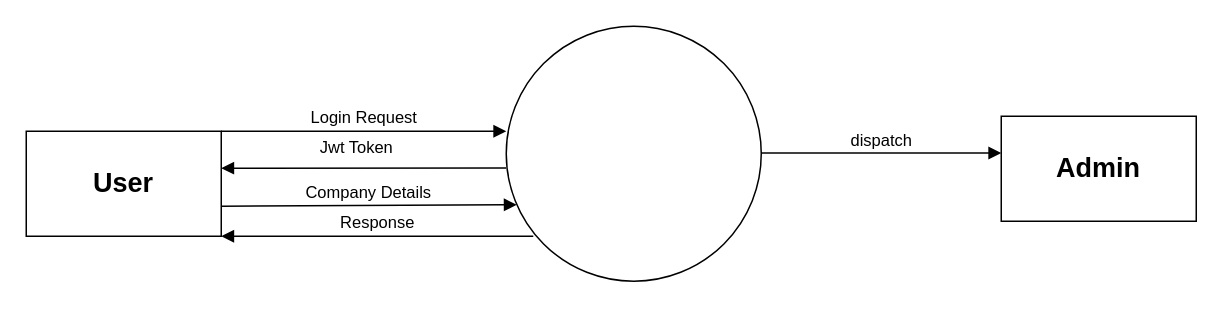
Earlier version of the draw.io diagram placement_dfd.drawio (shalulaha/Minor_Project). Source tidied: cells renumbered, new cells numbered last; positions are measured from the earlier drawing's top-left corner, leaving out a move shared by most shapes. Both pictures are drawn from the tidied source at 150%, with x=0, y=0 at pixel (26, 26).
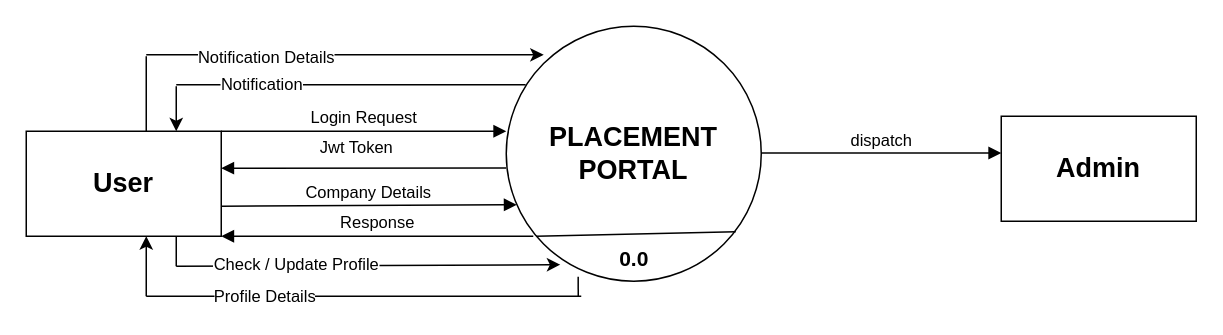
The same diagram, later.

Change to the diagram source:
```diff
@@
-    <mxCell id="2" style="ellipse;whiteSpace=wrap;html=1;" parent="1" vertex="1">
+    <mxCell id="2" value="&lt;b&gt;&lt;font style=&quot;font-size: 18px;&quot;&gt;PLACEMENT PORTAL&lt;/font&gt;&lt;/b&gt;" style="ellipse;whiteSpace=wrap;html=1;" parent="1" vertex="1">
       <mxGeometry x="320" width="170" height="170" as="geometry" />
     </mxCell>
@@
+    <mxCell id="10" style="endArrow=none;html=1;rounded=0;entryX=0.076;entryY=0.229;entryDx=0;entryDy=0;entryPerimeter=0;" parent="1" edge="1" target="2">
+      <mxGeometry relative="1" as="geometry">
+        <mxPoint x="100" y="39" as="sourcePoint" />
+      </mxGeometry>
+    </mxCell>
+    <mxCell id="11" value="Notification" style="edgeLabel;html=1;align=center;verticalAlign=middle;" parent="10" vertex="1">
+      <mxGeometry x="-0.51" relative="1" as="geometry" />
+    </mxCell>
+    <mxCell id="12" style="endArrow=classic;html=1;rounded=0;" parent="1" edge="1">
+      <mxGeometry relative="1" as="geometry">
+        <mxPoint x="100" y="40" as="sourcePoint" />
+        <mxPoint x="100" y="70" as="targetPoint" />
+      </mxGeometry>
+    </mxCell>
+    <mxCell id="13" style="endArrow=none;html=1;rounded=0;" parent="1" edge="1">
+      <mxGeometry relative="1" as="geometry">
+        <mxPoint x="80" y="20" as="sourcePoint" />
+        <mxPoint x="80" y="70" as="targetPoint" />
+      </mxGeometry>
+    </mxCell>
+    <mxCell id="14" style="endArrow=classic;html=1;rounded=0;entryX=0.147;entryY=0.112;entryDx=0;entryDy=0;entryPerimeter=0;" parent="1" edge="1" target="2">
+      <mxGeometry relative="1" as="geometry">
+        <mxPoint x="80" y="19" as="sourcePoint" />
+      </mxGeometry>
+    </mxCell>
+    <mxCell id="15" value="Notification Details" style="edgeLabel;html=1;align=center;verticalAlign=middle;" parent="14" vertex="1">
+      <mxGeometry x="-0.66" y="-1" relative="1" as="geometry">
+        <mxPoint x="35" as="offset" />
+      </mxGeometry>
+    </mxCell>
+    <mxCell id="16" style="endArrow=none;html=1;rounded=0;" parent="1" edge="1">
+      <mxGeometry relative="1" as="geometry">
+        <mxPoint x="100" y="160" as="sourcePoint" />
+        <mxPoint x="100" y="140" as="targetPoint" />
+      </mxGeometry>
+    </mxCell>
+    <mxCell id="17" style="endArrow=classic;html=1;rounded=0;entryX=0.212;entryY=0.935;entryDx=0;entryDy=0;entryPerimeter=0;" parent="1" edge="1" target="2">
+      <mxGeometry relative="1" as="geometry">
+        <mxPoint x="100" y="160" as="sourcePoint" />
+      </mxGeometry>
+    </mxCell>
+    <mxCell id="18" value="Check / Update Profile" style="edgeLabel;html=1;align=center;verticalAlign=middle;" parent="17" vertex="1">
+      <mxGeometry x="-0.58" y="1" relative="1" as="geometry">
+        <mxPoint x="26" as="offset" />
+      </mxGeometry>
+    </mxCell>
+    <mxCell id="19" style="endArrow=classic;html=1;rounded=0;" parent="1" edge="1">
+      <mxGeometry relative="1" as="geometry">
+        <mxPoint x="80" y="180" as="sourcePoint" />
+        <mxPoint x="80" y="140" as="targetPoint" />
+      </mxGeometry>
+    </mxCell>
+    <mxCell id="20" style="endArrow=none;html=1;rounded=0;entryX=0.282;entryY=0.982;entryDx=0;entryDy=0;entryPerimeter=0;" parent="1" edge="1" target="2">
+      <mxGeometry relative="1" as="geometry">
+        <mxPoint x="368" y="180" as="sourcePoint" />
+      </mxGeometry>
+    </mxCell>
+    <mxCell id="21" style="endArrow=none;html=1;rounded=0;" parent="1" edge="1">
+      <mxGeometry relative="1" as="geometry">
+        <mxPoint x="80" y="180" as="sourcePoint" />
+        <mxPoint x="370" y="180" as="targetPoint" />
+      </mxGeometry>
+    </mxCell>
+    <mxCell id="22" value="Profile Details" style="edgeLabel;html=1;align=center;verticalAlign=middle;" parent="21" vertex="1">
+      <mxGeometry x="-0.67" y="1" relative="1" as="geometry">
+        <mxPoint x="30" as="offset" />
+      </mxGeometry>
+    </mxCell>
+    <mxCell id="23" style="endArrow=none;html=1;rounded=0;entryX=0.9;entryY=0.806;entryDx=0;entryDy=0;entryPerimeter=0;" parent="1" edge="1" target="2">
+      <mxGeometry relative="1" as="geometry">
+        <mxPoint x="340" y="140" as="sourcePoint" />
+      </mxGeometry>
+    </mxCell>
+    <mxCell id="24" value="&lt;font style=&quot;font-size: 14px;&quot;&gt;&lt;b&gt;0.0&lt;/b&gt;&lt;/font&gt;" style="text;html=1;align=center;verticalAlign=middle;strokeColor=none;fillColor=none;" parent="1" vertex="1">
+      <mxGeometry x="385" y="140" width="40" height="30" as="geometry" />
+    </mxCell>
```
